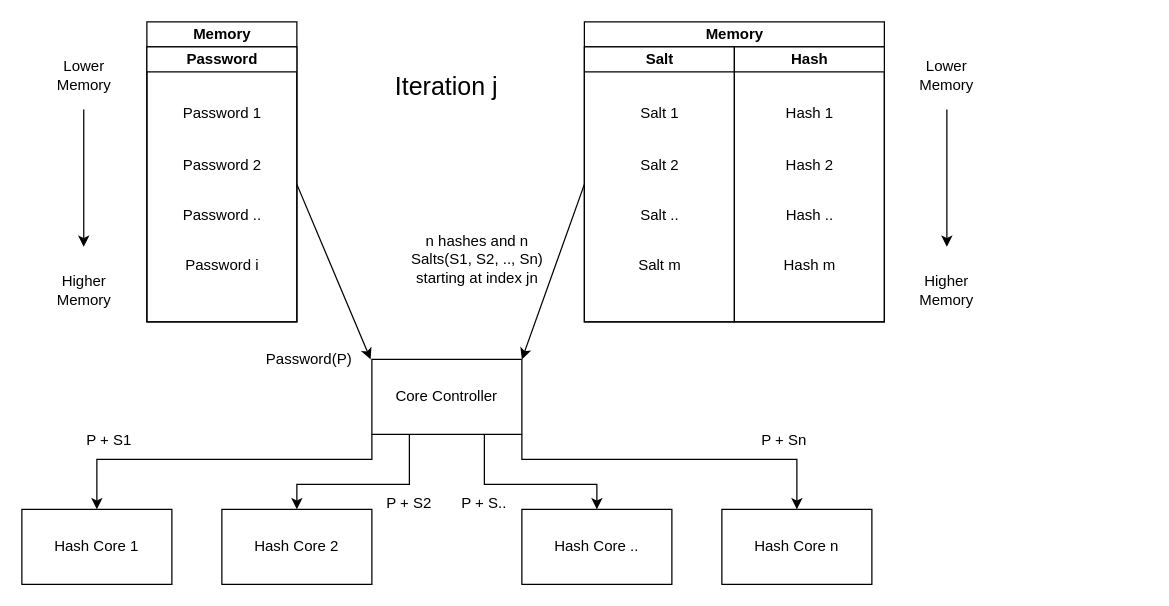
Above: figures/core-controller/core-controller.drawio in Niclasapdk/ESD3_project (draw.io), before the change. Source tidied: cells renumbered, new cells numbered last; positions are measured from the earlier drawing's top-left corner, leaving out a move shared by most shapes. Both pictures are drawn from the tidied source at 125%, with x=0, y=0 at pixel (21, 21).
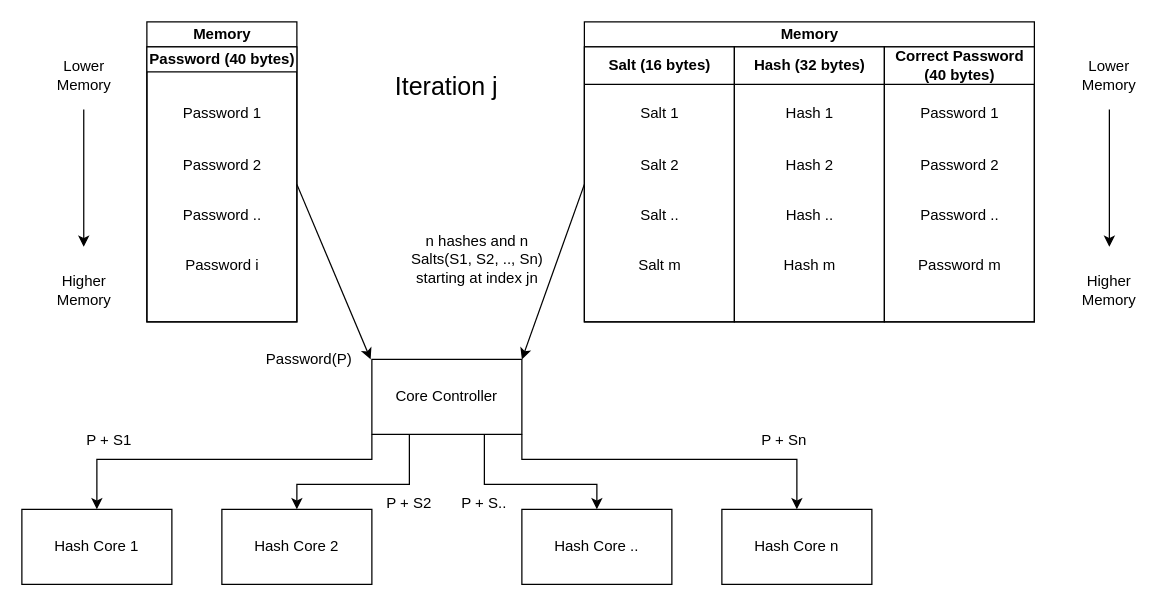
The same diagram, later.

Unchanged cells that the change refers to:
```xml
<mxCell id="28" value="Memory" style="swimlane;startSize=20;html=1;" parent="1" vertex="1">
  <mxGeometry x="100" width="120" height="240" as="geometry" />
</mxCell>
```

Change to the diagram source:
```diff
@@
     <mxCell id="13" value="Memory" style="swimlane;startSize=20;html=1;" parent="1" vertex="1">
-      <mxGeometry x="450" width="240" height="240" as="geometry" />
+      <mxGeometry x="450" width="360" height="240" as="geometry" />
     </mxCell>
-    <mxCell id="14" value="Salt" style="swimlane;startSize=20;html=1;" parent="13" vertex="1">
+    <mxCell id="14" value="Salt (16 bytes)" style="swimlane;startSize=30;html=1;" parent="13" vertex="1">
       <mxGeometry y="20" width="120" height="220" as="geometry" />
     </mxCell>
@@
-    <mxCell id="19" value="Hash" style="swimlane;startSize=20;html=1;" parent="13" vertex="1">
+    <mxCell id="19" value="Hash (32 bytes)" style="swimlane;startSize=30;html=1;" parent="13" vertex="1">
       <mxGeometry x="120" y="20" width="120" height="220" as="geometry" />
     </mxCell>
@@
+    <mxCell id="43" value="&lt;div&gt;Correct Password&lt;/div&gt;&lt;div&gt;(40 bytes)&lt;br&gt;&lt;/div&gt;" style="swimlane;startSize=30;html=1;" parent="13" vertex="1">
+      <mxGeometry x="240" y="20" width="120" height="220" as="geometry" />
+    </mxCell>
+    <mxCell id="44" value="Password 1" style="text;html=1;align=center;verticalAlign=middle;strokeColor=none;fillColor=none;" parent="43" vertex="1">
+      <mxGeometry x="15" y="38" width="90" height="30" as="geometry" />
+    </mxCell>
+    <mxCell id="45" value="Password 2" style="text;html=1;align=center;verticalAlign=middle;strokeColor=none;fillColor=none;" parent="43" vertex="1">
+      <mxGeometry x="15" y="80" width="90" height="30" as="geometry" />
+    </mxCell>
+    <mxCell id="46" value="Password .." style="text;html=1;align=center;verticalAlign=middle;strokeColor=none;fillColor=none;" parent="43" vertex="1">
+      <mxGeometry x="15" y="120" width="90" height="30" as="geometry" />
+    </mxCell>
+    <mxCell id="47" value="Password m" style="text;html=1;align=center;verticalAlign=middle;strokeColor=none;fillColor=none;" parent="43" vertex="1">
+      <mxGeometry x="15" y="160" width="90" height="30" as="geometry" />
+    </mxCell>
@@
     <mxCell id="25" value="Lower Memory" style="text;html=1;strokeColor=none;fillColor=none;align=center;verticalAlign=middle;whiteSpace=wrap;rounded=0;" parent="1" vertex="1">
-      <mxGeometry x="710" y="28" width="60" height="30" as="geometry" />
+      <mxGeometry x="840" y="28" width="60" height="30" as="geometry" />
     </mxCell>
     <mxCell id="26" value="Higher Memory" style="text;html=1;strokeColor=none;fillColor=none;align=center;verticalAlign=middle;whiteSpace=wrap;rounded=0;" parent="1" vertex="1">
-      <mxGeometry x="710" y="200" width="60" height="30" as="geometry" />
+      <mxGeometry x="840" y="200" width="60" height="30" as="geometry" />
     </mxCell>
     <mxCell id="27" style="endArrow=classic;html=1;rounded=0;" parent="1" edge="1">
       <mxGeometry relative="1" as="geometry">
-        <mxPoint x="740" y="70" as="sourcePoint" />
-        <mxPoint x="740" y="180" as="targetPoint" />
+        <mxPoint x="870" y="70" as="sourcePoint" />
+        <mxPoint x="870" y="180" as="targetPoint" />
       </mxGeometry>
     </mxCell>
@@
-    <mxCell id="29" value="Password" style="swimlane;startSize=20;html=1;" parent="28" vertex="1">
+    <mxCell id="29" value="Password (40 bytes)" style="swimlane;startSize=20;html=1;" parent="28" vertex="1">
       <mxGeometry y="20" width="120" height="220" as="geometry" />
     </mxCell>
```
